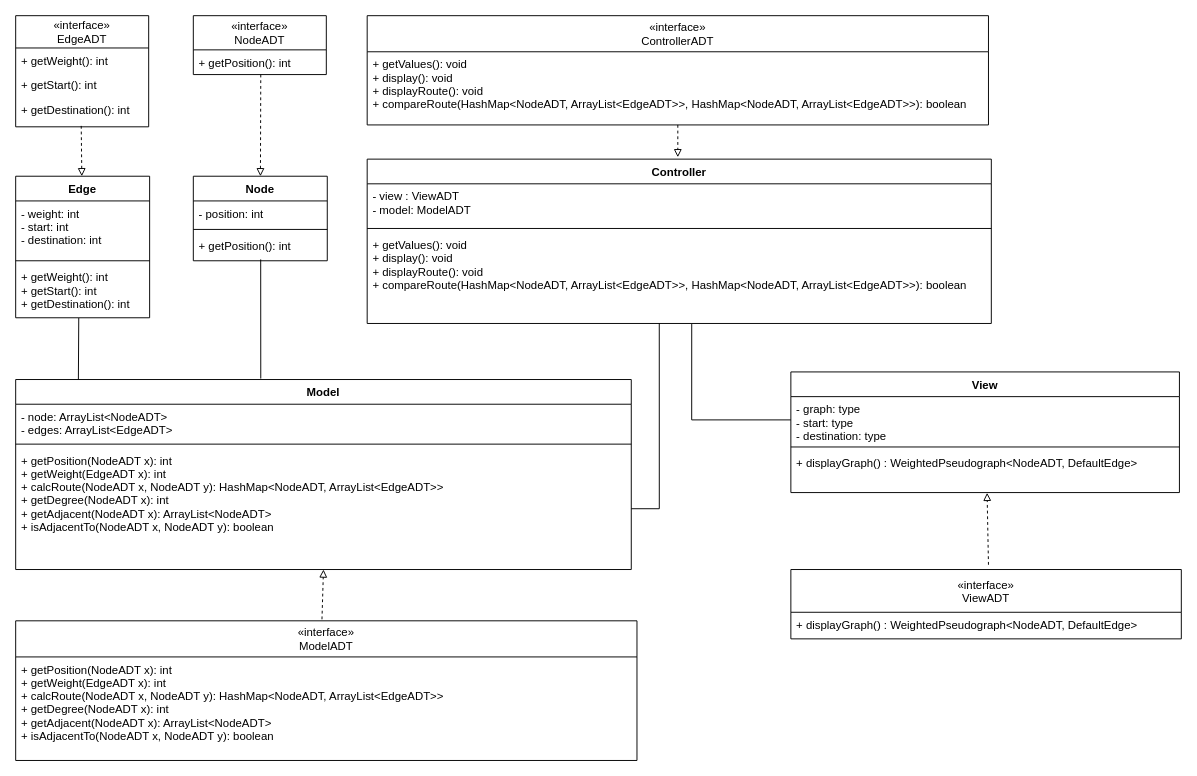
ShyNebulas/Graph-Game keeps this draw.io diagram as docs/CS308-Graph.drawio. Above is the earlier version. Source tidied: cells renumbered, new cells numbered last; positions are measured from the earlier drawing's top-left corner, leaving out a move shared by most shapes. Both pictures are drawn from the tidied source at 95%, with x=0, y=0 at pixel (15, 15).
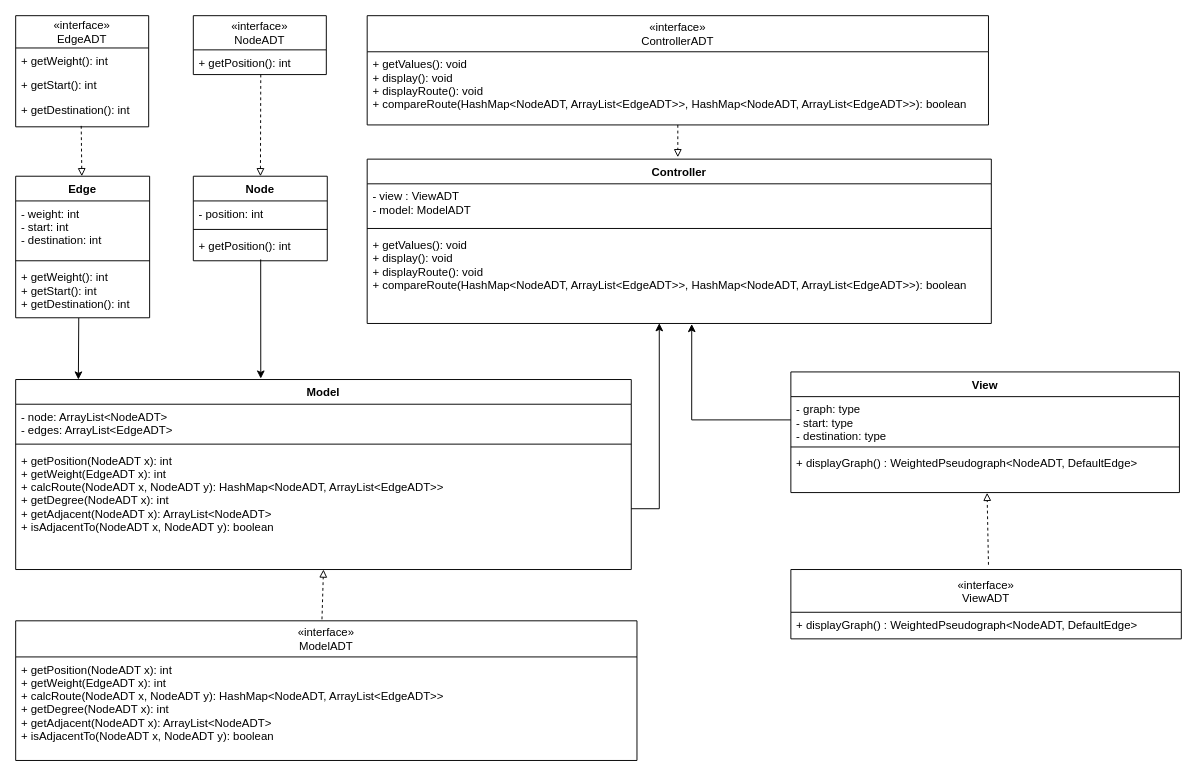
Above is the later version.

Commit message:
Replace CS308-Graph.drawio with ARROWS

The change refers to these unchanged cells:
```xml
<mxCell id="5" value="+ getWeight(): int&#10;+ getStart(): int&#10;+ getDestination(): int" style="text;strokeColor=none;fillColor=none;align=left;verticalAlign=top;spacingLeft=4;spacingRight=4;overflow=hidden;points=[[0,0.5],[1,0.5]];portConstraint=eastwest;" parent="2" vertex="1">
  <mxGeometry y="93" width="141" height="56" as="geometry" />
</mxCell>
<mxCell id="9" value="+ getPosition(): int" style="text;strokeColor=none;fillColor=none;align=left;verticalAlign=top;spacingLeft=4;spacingRight=4;overflow=hidden;points=[[0,0.5],[1,0.5]];portConstraint=eastwest;" parent="6" vertex="1">
  <mxGeometry y="60" width="141" height="29" as="geometry" />
</mxCell>
<mxCell id="13" value="+ getPosition(NodeADT x): int&#10;+ getWeight(EdgeADT x): int&#10;+ calcRoute(NodeADT x, NodeADT y): HashMap&lt;NodeADT, ArrayList&lt;EdgeADT&gt;&gt;&#10;+ getDegree(NodeADT x): int&#10;+ getAdjacent(NodeADT x): ArrayList&lt;NodeADT&gt;&#10;+ isAdjacentTo(NodeADT x, NodeADT y): boolean" style="text;strokeColor=none;fillColor=none;align=left;verticalAlign=top;spacingLeft=4;spacingRight=4;overflow=hidden;points=[[0,0.5],[1,0.5]];portConstraint=eastwest;" parent="10" vertex="1">
  <mxGeometry y="72" width="648" height="128" as="geometry" />
</mxCell>
<mxCell id="17" value="+ getValues(): void&#10;+ display(): void&#10;+ displayRoute(): void&#10;+ compareRoute(HashMap&lt;NodeADT, ArrayList&lt;EdgeADT&gt;&gt;, HashMap&lt;NodeADT, ArrayList&lt;EdgeADT&gt;&gt;): boolean" style="text;strokeColor=none;fillColor=none;align=left;verticalAlign=top;spacingLeft=4;spacingRight=4;overflow=hidden;points=[[0,0.5],[1,0.5]];portConstraint=eastwest;" parent="14" vertex="1">
  <mxGeometry y="77" width="657" height="96" as="geometry" />
</mxCell>
<mxCell id="19" value="- graph: type&#10;- start: type&#10;- destination: type" style="text;strokeColor=none;fillColor=none;align=left;verticalAlign=top;spacingLeft=4;spacingRight=4;overflow=hidden;points=[[0,0.5],[1,0.5]];portConstraint=eastwest;" parent="18" vertex="1">
  <mxGeometry y="26" width="409" height="49" as="geometry" />
</mxCell>
```

The edit, as a diff of the source:
```diff
@@
-    <mxCell id="39" style="endArrow=none;html=1;rounded=0;entryX=0.503;entryY=0.951;entryDx=0;entryDy=0;entryPerimeter=0;" parent="1" edge="1" target="9">
+    <mxCell id="39" style="endArrow=none;html=1;rounded=0;entryX=0.503;entryY=0.951;entryDx=0;entryDy=0;entryPerimeter=0;startArrow=classic;startFill=1;" parent="1" edge="1" target="9">
       <mxGeometry relative="1" as="geometry">
         <mxPoint x="258" y="382" as="sourcePoint" />
       </mxGeometry>
     </mxCell>
-    <mxCell id="40" style="endArrow=none;html=1;rounded=0;entryX=0.471;entryY=1.005;entryDx=0;entryDy=0;entryPerimeter=0;" parent="1" edge="1" target="5">
+    <mxCell id="40" style="endArrow=none;html=1;rounded=0;entryX=0.471;entryY=1.005;entryDx=0;entryDy=0;entryPerimeter=0;endFill=0;startArrow=classic;startFill=1;" parent="1" edge="1" target="5">
       <mxGeometry relative="1" as="geometry">
         <mxPoint x="66" y="383" as="sourcePoint" />
       </mxGeometry>
     </mxCell>
-    <mxCell id="41" style="rounded=0;jettySize=auto;html=1;edgeStyle=orthogonalEdgeStyle;endArrow=none;endFill=0;entryX=0.468;entryY=0.997;entryDx=0;entryDy=0;entryPerimeter=0;" parent="1" edge="1" source="13" target="17">
+    <mxCell id="41" style="rounded=0;jettySize=auto;html=1;edgeStyle=orthogonalEdgeStyle;endArrow=classic;endFill=1;entryX=0.468;entryY=0.997;entryDx=0;entryDy=0;entryPerimeter=0;startArrow=none;startFill=0;" parent="1" edge="1" source="13" target="17">
       <mxGeometry relative="1" as="geometry" />
     </mxCell>
-    <mxCell id="42" style="edgeStyle=orthogonalEdgeStyle;rounded=0;jettySize=auto;html=1;entryX=0.52;entryY=1.006;entryDx=0;entryDy=0;entryPerimeter=0;endArrow=none;endFill=0;" parent="1" edge="1" source="19" target="17">
+    <mxCell id="42" style="edgeStyle=orthogonalEdgeStyle;rounded=0;jettySize=auto;html=1;entryX=0.52;entryY=1.006;entryDx=0;entryDy=0;entryPerimeter=0;endArrow=classic;endFill=1;" parent="1" edge="1" source="19" target="17">
       <mxGeometry relative="1" as="geometry" />
     </mxCell>
```
